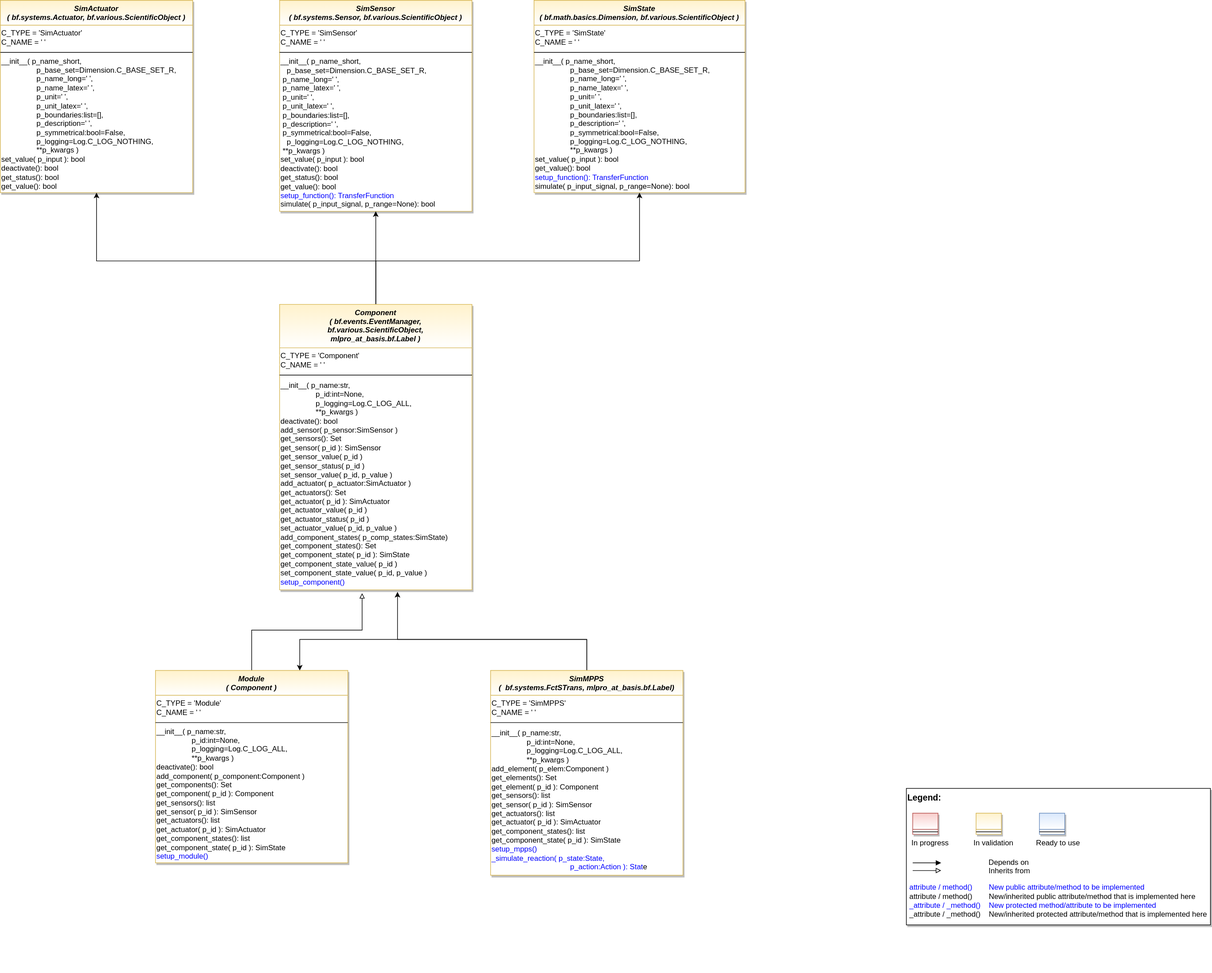
The draw.io diagram doc/class_diagram/mlpro_sim_mpps.svg in fhswf/MLPro-MPPS, before a commit. Source tidied: cells renumbered, new cells last; positions are measured from the earlier drawing's top-left corner, leaving out a move shared by most shapes.
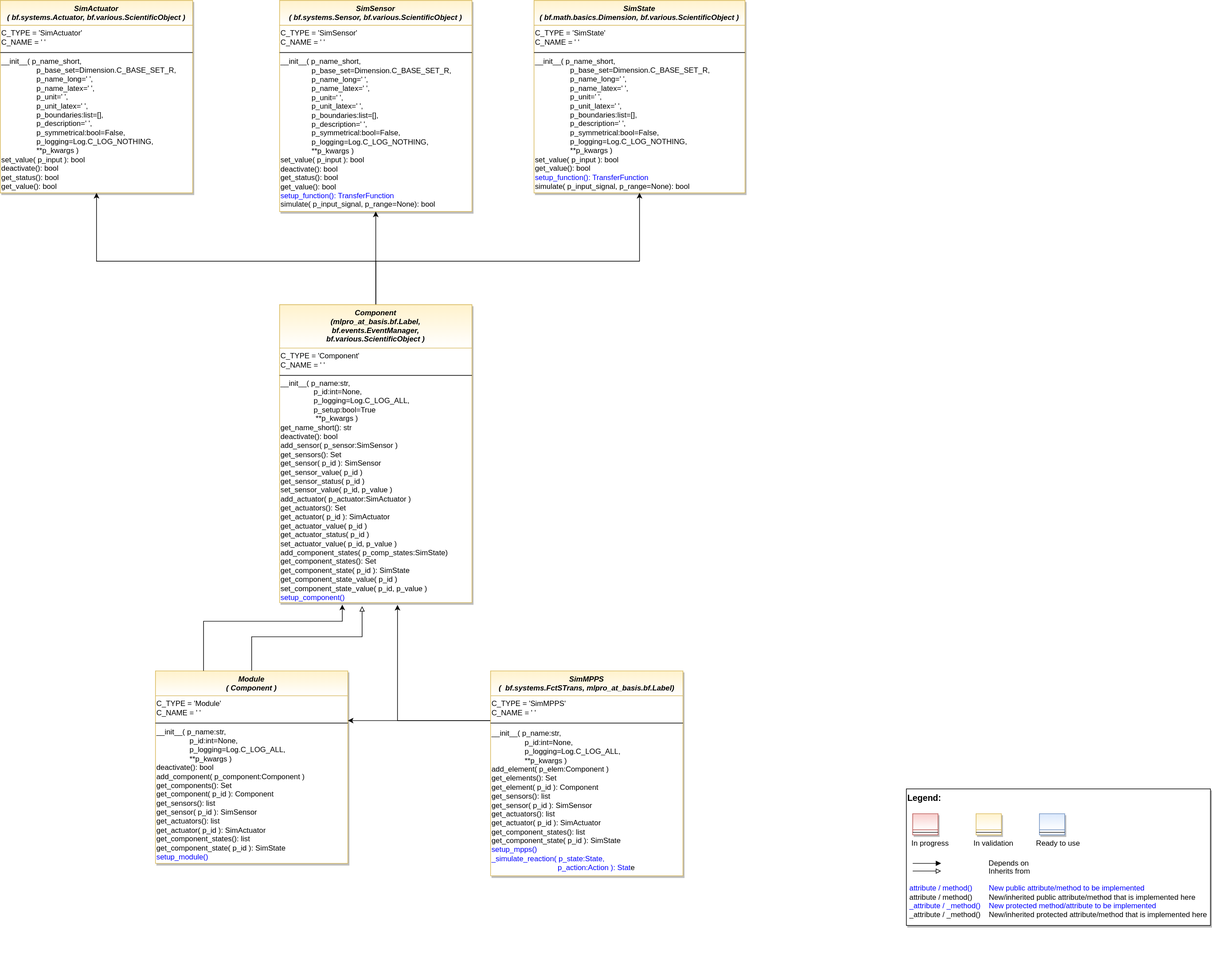
Later version of the same file.

Change to the diagram source:
```diff
@@ -64,7 +64,7 @@
     <mxCell id="18" style="line;html=1;strokeWidth=1;align=left;verticalAlign=middle;spacingTop=-1;spacingLeft=3;spacingRight=3;labelPosition=right;fillColor=#f8cecc;strokeColor=#000000;" parent="16" vertex="1">
       <mxGeometry y="80" width="310" height="8" as="geometry" />
     </mxCell>
-    <mxCell id="19" value="__init__( p_name_short,&lt;br&gt;&amp;nbsp;&lt;span style=&quot;&quot;&gt;&#9;&lt;/span&gt;&lt;span style=&quot;&quot;&gt;&#9;&lt;/span&gt;&amp;nbsp;p_base_set=Dimension.C_BASE_SET_R,&lt;br&gt;&lt;span style=&quot;&quot;&gt;&#9;&lt;/span&gt;&lt;span style=&quot;&quot;&gt;&#9;&lt;/span&gt;&amp;nbsp;p_name_long=' ',&lt;br&gt;&lt;span style=&quot;&quot;&gt;&#9;&lt;/span&gt;&lt;span style=&quot;&quot;&gt;&#9;&lt;/span&gt;&amp;nbsp;p_name_latex=' ',&lt;br&gt;&lt;span style=&quot;&quot;&gt;&#9;&lt;/span&gt;&lt;span style=&quot;&quot;&gt;&#9;&lt;/span&gt;&amp;nbsp;p_unit=' ',&lt;br&gt;&lt;span style=&quot;&quot;&gt;&#9;&lt;/span&gt;&lt;span style=&quot;&quot;&gt;&#9;&lt;/span&gt;&amp;nbsp;p_unit_latex=' ',&lt;br&gt;&lt;span style=&quot;&quot;&gt;&#9;&lt;/span&gt;&lt;span style=&quot;&quot;&gt;&#9;&lt;/span&gt;&amp;nbsp;p_boundaries:list=[],&lt;br&gt;&lt;span style=&quot;&quot;&gt;&#9;&lt;/span&gt;&lt;span style=&quot;&quot;&gt;&#9;&lt;/span&gt;&amp;nbsp;p_description=' ',&lt;br&gt;&lt;span style=&quot;&quot;&gt;&#9;&lt;/span&gt;&lt;span style=&quot;&quot;&gt;&#9;&lt;/span&gt;&amp;nbsp;p_symmetrical:bool=False,&lt;br&gt;&amp;nbsp;&lt;span style=&quot;&quot;&gt;&#9;&lt;/span&gt;&lt;span style=&quot;&quot;&gt;&#9;&lt;/span&gt;&amp;nbsp;p_logging=Log.C_LOG_NOTHING,&lt;br&gt;&lt;span style=&quot;&quot;&gt;&#9;&lt;/span&gt;&lt;span style=&quot;&quot;&gt;&#9;&lt;/span&gt;&amp;nbsp;**p_kwargs )&lt;br&gt;set_value( p_input ): bool&lt;br&gt;deactivate(): bool&lt;br&gt;get_status(): bool&lt;br&gt;get_value(): bool&lt;br&gt;&lt;font color=&quot;#0000ff&quot;&gt;setup_function(): TransferFunction&lt;/font&gt;&lt;br&gt;simulate( p_input_signal, p_range=None): bool" style="text;html=1;strokeColor=none;fillColor=none;align=left;verticalAlign=middle;whiteSpace=wrap;rounded=0;" parent="16" vertex="1">
+    <mxCell id="19" value="__init__( p_name_short,&lt;br&gt;&amp;nbsp;&lt;span style=&quot;&quot;&gt;&#9;&lt;/span&gt;&lt;span style=&quot;&quot;&gt;&#9;&lt;/span&gt;&amp;nbsp;&lt;span style=&quot;&quot;&gt;&#9;&lt;/span&gt;&amp;nbsp; &amp;nbsp; &amp;nbsp; &amp;nbsp; &amp;nbsp; &amp;nbsp;p_base_set=Dimension.C_BASE_SET_R,&lt;br&gt;&amp;nbsp;&amp;nbsp;&amp;nbsp;&amp;nbsp;&amp;nbsp; &amp;nbsp; &amp;nbsp; &amp;nbsp; &amp;nbsp; &amp;nbsp;p_name_long=' ',&lt;br&gt;&amp;nbsp;&amp;nbsp;&amp;nbsp;&amp;nbsp;&amp;nbsp; &amp;nbsp; &amp;nbsp; &amp;nbsp; &amp;nbsp; &amp;nbsp;p_name_latex=' ',&lt;br&gt;&amp;nbsp;&amp;nbsp;&amp;nbsp;&amp;nbsp;&amp;nbsp; &amp;nbsp; &amp;nbsp; &amp;nbsp; &amp;nbsp; &amp;nbsp;p_unit=' ',&lt;br&gt;&amp;nbsp;&amp;nbsp;&amp;nbsp;&amp;nbsp;&amp;nbsp; &amp;nbsp; &amp;nbsp; &amp;nbsp; &amp;nbsp; &amp;nbsp;p_unit_latex=' ',&lt;br&gt;&amp;nbsp;&amp;nbsp;&amp;nbsp;&amp;nbsp;&amp;nbsp; &amp;nbsp; &amp;nbsp; &amp;nbsp; &amp;nbsp; &amp;nbsp;p_boundaries:list=[],&lt;br&gt;&amp;nbsp;&amp;nbsp;&amp;nbsp;&amp;nbsp;&amp;nbsp; &amp;nbsp; &amp;nbsp; &amp;nbsp; &amp;nbsp; &amp;nbsp;p_description=' ',&lt;br&gt;&amp;nbsp;&amp;nbsp;&amp;nbsp;&amp;nbsp;&amp;nbsp; &amp;nbsp; &amp;nbsp; &amp;nbsp; &amp;nbsp; &amp;nbsp;p_symmetrical:bool=False,&lt;br&gt;&amp;nbsp;&amp;nbsp;&amp;nbsp;&amp;nbsp;&amp;nbsp; &amp;nbsp; &amp;nbsp; &amp;nbsp; &amp;nbsp; &amp;nbsp;p_logging=Log.C_LOG_NOTHING,&lt;br&gt;&amp;nbsp;&amp;nbsp;&amp;nbsp;&amp;nbsp;&amp;nbsp; &amp;nbsp; &amp;nbsp; &amp;nbsp; &amp;nbsp; &amp;nbsp;**p_kwargs )&lt;br&gt;set_value( p_input ): bool&lt;br&gt;deactivate(): bool&lt;br&gt;get_status(): bool&lt;br&gt;get_value(): bool&lt;br&gt;&lt;font color=&quot;#0000ff&quot;&gt;setup_function(): TransferFunction&lt;/font&gt;&lt;br&gt;simulate( p_input_signal, p_range=None): bool" style="text;html=1;strokeColor=none;fillColor=none;align=left;verticalAlign=middle;whiteSpace=wrap;rounded=0;" parent="16" vertex="1">
       <mxGeometry y="88" width="310" height="252" as="geometry" />
     </mxCell>
     <mxCell id="20" value="SimState&#10;( bf.math.basics.Dimension, bf.various.ScientificObject )" style="swimlane;fontStyle=3;align=center;verticalAlign=top;horizontal=1;startSize=40;rounded=0;shadow=1;strokeWidth=1;fillColor=#fff2cc;strokeColor=#d6b656;swimlaneFillColor=#ffffff;gradientColor=#FFFFFF;" parent="1" vertex="1">
@@ -98,8 +98,8 @@
         </Array>
       </mxGeometry>
     </mxCell>
-    <mxCell id="27" value="Component&#10;( bf.events.EventManager,&#10;bf.various.ScientificObject,&#10;mlpro_at_basis.bf.Label )" style="swimlane;fontStyle=3;align=center;verticalAlign=top;horizontal=1;startSize=70;rounded=0;shadow=1;strokeWidth=1;fillColor=#fff2cc;strokeColor=#d6b656;swimlaneFillColor=#ffffff;gradientColor=#FFFFFF;" parent="1" vertex="1">
-      <mxGeometry x="450" y="490" width="310" height="460" as="geometry" />
+    <mxCell id="27" value="Component&#10;(mlpro_at_basis.bf.Label,&#10;bf.events.EventManager,&#10;bf.various.ScientificObject )" style="swimlane;fontStyle=3;align=center;verticalAlign=top;horizontal=1;startSize=70;rounded=0;shadow=1;strokeWidth=1;fillColor=#fff2cc;strokeColor=#d6b656;swimlaneFillColor=#ffffff;gradientColor=#FFFFFF;" parent="1" vertex="1">
+      <mxGeometry x="450" y="490" width="310" height="480" as="geometry" />
     </mxCell>
     <mxCell id="28" value="&lt;span style=&quot;&quot;&gt;C_TYPE = 'Component'&lt;br&gt;C_NAME = ' '&lt;br&gt;&lt;/span&gt;" style="text;html=1;strokeColor=none;fillColor=none;align=left;verticalAlign=middle;whiteSpace=wrap;rounded=0;" parent="27" vertex="1">
       <mxGeometry y="70" width="310" height="40" as="geometry" />
@@ -107,8 +107,8 @@
     <mxCell id="29" style="line;html=1;strokeWidth=1;align=left;verticalAlign=middle;spacingTop=-1;spacingLeft=3;spacingRight=3;labelPosition=right;fillColor=#f8cecc;strokeColor=#000000;" parent="27" vertex="1">
       <mxGeometry y="110" width="310" height="8" as="geometry" />
     </mxCell>
-    <mxCell id="30" value="__init__( p_name:str,&lt;br&gt;&lt;span style=&quot;white-space: pre;&quot;&gt;&#9;&lt;/span&gt;&lt;span style=&quot;white-space: pre;&quot;&gt;&#9;&lt;/span&gt;&amp;nbsp;p_id:int=None,&lt;br&gt;&amp;nbsp;&lt;span style=&quot;white-space: pre;&quot;&gt;&#9;&lt;/span&gt;&lt;span style=&quot;white-space: pre;&quot;&gt;&#9;&lt;/span&gt;&amp;nbsp;p_logging=Log.C_LOG_ALL,&lt;br&gt;&lt;span style=&quot;white-space: pre;&quot;&gt;&#9;&lt;/span&gt;&lt;span style=&quot;white-space: pre;&quot;&gt;&#9;&lt;/span&gt;&amp;nbsp;**p_kwargs )&lt;br&gt;deactivate(): bool&lt;br&gt;add_sensor( p_sensor:SimSensor )&lt;br&gt;get_sensors(): Set&lt;br&gt;get_sensor( p_id ): SimSensor&lt;br&gt;get_sensor_value( p_id )&lt;br&gt;get_sensor_status( p_id )&lt;br&gt;set_sensor_value( p_id, p_value )&lt;br&gt;add_actuator( p_actuator:SimActuator )&lt;br&gt;get_actuators(): Set&lt;br&gt;get_actuator( p_id ): SimActuator&lt;br&gt;get_actuator_value( p_id )&lt;br&gt;get_actuator_status( p_id )&lt;br&gt;set_actuator_value( p_id, p_value )&lt;br&gt;add_component_states( p_comp_states:SimState)&lt;br&gt;get_component_states(): Set&lt;br&gt;get_component_state( p_id ): SimState&lt;br&gt;get_component_state_value( p_id )&lt;br&gt;set_component_state_value( p_id, p_value )&lt;br&gt;&lt;font color=&quot;#0000ff&quot;&gt;setup_component()&lt;/font&gt;" style="text;html=1;strokeColor=none;fillColor=none;align=left;verticalAlign=middle;whiteSpace=wrap;rounded=0;" parent="27" vertex="1">
-      <mxGeometry y="118" width="310" height="342" as="geometry" />
+    <mxCell id="30" value="__init__( p_name:str,&lt;br&gt;&lt;span style=&quot;white-space: pre;&quot;&gt;&#9;&lt;/span&gt;&lt;span style=&quot;white-space: pre;&quot;&gt;&#9;&lt;/span&gt;p_id:int=None,&lt;br&gt;&amp;nbsp;&lt;span style=&quot;white-space: pre;&quot;&gt;&#9;&lt;/span&gt;&lt;span style=&quot;white-space: pre;&quot;&gt;&#9;&lt;/span&gt;p_logging=Log.C_LOG_ALL,&lt;br&gt;&lt;span style=&quot;white-space: pre;&quot;&gt;&#9;&lt;/span&gt;&lt;span style=&quot;white-space: pre;&quot;&gt;&#9;&lt;/span&gt;p_setup:bool=True&lt;br&gt;&lt;span style=&quot;white-space: pre;&quot;&gt;&#9;&lt;/span&gt;&lt;span style=&quot;white-space: pre;&quot;&gt;&#9;&lt;/span&gt;&amp;nbsp;**p_kwargs )&lt;br&gt;get_name_short(): str&lt;br&gt;deactivate(): bool&lt;br&gt;add_sensor( p_sensor:SimSensor )&lt;br&gt;get_sensors(): Set&lt;br&gt;get_sensor( p_id ): SimSensor&lt;br&gt;get_sensor_value( p_id )&lt;br&gt;get_sensor_status( p_id )&lt;br&gt;set_sensor_value( p_id, p_value )&lt;br&gt;add_actuator( p_actuator:SimActuator )&lt;br&gt;get_actuators(): Set&lt;br&gt;get_actuator( p_id ): SimActuator&lt;br&gt;get_actuator_value( p_id )&lt;br&gt;get_actuator_status( p_id )&lt;br&gt;set_actuator_value( p_id, p_value )&lt;br&gt;add_component_states( p_comp_states:SimState)&lt;br&gt;get_component_states(): Set&lt;br&gt;get_component_state( p_id ): SimState&lt;br&gt;get_component_state_value( p_id )&lt;br&gt;set_component_state_value( p_id, p_value )&lt;br&gt;&lt;font color=&quot;#0000ff&quot;&gt;setup_component()&lt;/font&gt;" style="text;html=1;strokeColor=none;fillColor=none;align=left;verticalAlign=middle;whiteSpace=wrap;rounded=0;" parent="27" vertex="1">
+      <mxGeometry y="118" width="310" height="362" as="geometry" />
     </mxCell>
     <mxCell id="31" style="edgeStyle=orthogonalEdgeStyle;rounded=0;jettySize=auto;html=1;entryX=0.429;entryY=1.016;entryDx=0;entryDy=0;entryPerimeter=0;fontColor=#0000FF;endArrow=block;endFill=0;" parent="1" edge="1" source="32" target="30">
       <mxGeometry relative="1" as="geometry" />
@@ -122,22 +122,21 @@
     <mxCell id="34" style="line;html=1;strokeWidth=1;align=left;verticalAlign=middle;spacingTop=-1;spacingLeft=3;spacingRight=3;labelPosition=right;fillColor=#f8cecc;strokeColor=#000000;" parent="32" vertex="1">
       <mxGeometry y="80" width="310" height="8" as="geometry" />
     </mxCell>
-    <mxCell id="35" value="__init__( p_name:str,&lt;br&gt;&lt;span style=&quot;white-space: pre;&quot;&gt;&#9;&lt;/span&gt;&lt;span style=&quot;white-space: pre;&quot;&gt;&#9;&lt;/span&gt;&amp;nbsp;p_id:int=None,&lt;br&gt;&amp;nbsp;&lt;span style=&quot;white-space: pre;&quot;&gt;&#9;&lt;/span&gt;&lt;span style=&quot;white-space: pre;&quot;&gt;&#9;&lt;/span&gt;&amp;nbsp;p_logging=Log.C_LOG_ALL,&lt;br&gt;&lt;span style=&quot;white-space: pre;&quot;&gt;&#9;&lt;/span&gt;&lt;span style=&quot;white-space: pre;&quot;&gt;&#9;&lt;/span&gt;&amp;nbsp;**p_kwargs )&lt;br&gt;deactivate(): bool&lt;br&gt;add_component( p_component:Component )&lt;br&gt;get_components(): Set&lt;br&gt;get_component( p_id ): Component&lt;br&gt;get_sensors(): list&lt;br&gt;get_sensor( p_id ): SimSensor&lt;br&gt;get_actuators(): list&lt;br&gt;get_actuator( p_id ): SimActuator&lt;br&gt;get_component_states(): list&lt;br&gt;get_component_state( p_id ): SimState&lt;br&gt;&lt;font color=&quot;#0000ff&quot;&gt;setup_module()&lt;/font&gt;" style="text;html=1;strokeColor=none;fillColor=none;align=left;verticalAlign=middle;whiteSpace=wrap;rounded=0;" parent="32" vertex="1">
+    <mxCell id="35" value="__init__( p_name:str,&lt;br&gt;&lt;span style=&quot;white-space: pre;&quot;&gt;&#9;&lt;/span&gt;&lt;span style=&quot;white-space: pre;&quot;&gt;&#9;&lt;/span&gt;p_id:int=None,&lt;br&gt;&amp;nbsp;&lt;span style=&quot;white-space: pre;&quot;&gt;&#9;&lt;/span&gt;&lt;span style=&quot;white-space: pre;&quot;&gt;&#9;&lt;/span&gt;p_logging=Log.C_LOG_ALL,&lt;br&gt;&lt;span style=&quot;white-space: pre;&quot;&gt;&#9;&lt;/span&gt;&lt;span style=&quot;white-space: pre;&quot;&gt;&#9;&lt;/span&gt;**p_kwargs )&lt;br&gt;deactivate(): bool&lt;br&gt;add_component( p_component:Component )&lt;br&gt;get_components(): Set&lt;br&gt;get_component( p_id ): Component&lt;br&gt;get_sensors(): list&lt;br&gt;get_sensor( p_id ): SimSensor&lt;br&gt;get_actuators(): list&lt;br&gt;get_actuator( p_id ): SimActuator&lt;br&gt;get_component_states(): list&lt;br&gt;get_component_state( p_id ): SimState&lt;br&gt;&lt;font color=&quot;#0000ff&quot;&gt;setup_module()&lt;/font&gt;" style="text;html=1;strokeColor=none;fillColor=none;align=left;verticalAlign=middle;whiteSpace=wrap;rounded=0;" parent="32" vertex="1">
       <mxGeometry y="88" width="310" height="222" as="geometry" />
     </mxCell>
-    <mxCell id="36" style="edgeStyle=orthogonalEdgeStyle;rounded=0;jettySize=auto;html=1;exitX=0.5;exitY=0;exitDx=0;exitDy=0;entryX=0.613;entryY=1.01;entryDx=0;entryDy=0;entryPerimeter=0;fontColor=#0000FF;endArrow=classic;endFill=1;" parent="1" edge="1" source="38" target="30">
+    <mxCell id="36" style="edgeStyle=orthogonalEdgeStyle;rounded=0;jettySize=auto;html=1;exitX=0;exitY=1;exitDx=0;exitDy=0;entryX=0.613;entryY=1.01;entryDx=0;entryDy=0;entryPerimeter=0;fontColor=#0000FF;endArrow=classic;endFill=1;" parent="1" edge="1" source="39" target="30">
       <mxGeometry relative="1" as="geometry">
         <Array as="points">
-          <mxPoint x="945" y="1030" />
-          <mxPoint x="640" y="1030" />
+          <mxPoint x="640" y="1160" />
         </Array>
       </mxGeometry>
     </mxCell>
-    <mxCell id="37" style="edgeStyle=orthogonalEdgeStyle;rounded=0;jettySize=auto;html=1;exitX=0.5;exitY=0;exitDx=0;exitDy=0;entryX=0.75;entryY=0;entryDx=0;entryDy=0;fontColor=#0000FF;endArrow=classic;endFill=1;" parent="1" edge="1" source="38" target="32">
+    <mxCell id="37" style="edgeStyle=orthogonalEdgeStyle;rounded=0;jettySize=auto;html=1;exitX=0;exitY=1;exitDx=0;exitDy=0;entryX=1;entryY=1;entryDx=0;entryDy=0;fontColor=#0000FF;endArrow=classic;endFill=1;" parent="1" edge="1" source="39" target="33">
       <mxGeometry relative="1" as="geometry">
         <Array as="points">
-          <mxPoint x="945" y="1030" />
-          <mxPoint x="483" y="1030" />
+          <mxPoint x="640" y="1160" />
+          <mxPoint x="640" y="1160" />
         </Array>
       </mxGeometry>
     </mxCell>
@@ -150,8 +149,16 @@
     <mxCell id="40" style="line;html=1;strokeWidth=1;align=left;verticalAlign=middle;spacingTop=-1;spacingLeft=3;spacingRight=3;labelPosition=right;fillColor=#f8cecc;strokeColor=#000000;" parent="38" vertex="1">
       <mxGeometry y="80" width="310" height="8" as="geometry" />
     </mxCell>
-    <mxCell id="41" value="__init__( p_name:str,&lt;br&gt;&lt;span style=&quot;&quot;&gt;&#9;&lt;/span&gt;&lt;span style=&quot;&quot;&gt;&#9;&lt;/span&gt;&amp;nbsp;&lt;span style=&quot;white-space: pre;&quot;&gt;&#9;&lt;/span&gt;&lt;span style=&quot;white-space: pre;&quot;&gt;&#9;&lt;/span&gt;&amp;nbsp;p_id:int=None,&lt;br&gt;&amp;nbsp;&lt;span style=&quot;&quot;&gt;&#9;&lt;/span&gt;&lt;span style=&quot;&quot;&gt;&#9;&lt;/span&gt;&amp;nbsp;&lt;span style=&quot;white-space: pre;&quot;&gt;&#9;&lt;/span&gt;&lt;span style=&quot;white-space: pre;&quot;&gt;&#9;&lt;/span&gt;&amp;nbsp;p_logging=Log.C_LOG_ALL,&lt;br&gt;&lt;span style=&quot;&quot;&gt;&#9;&lt;/span&gt;&lt;span style=&quot;&quot;&gt;&#9;&lt;/span&gt;&amp;nbsp;&lt;span style=&quot;white-space: pre;&quot;&gt;&#9;&lt;/span&gt;&lt;span style=&quot;white-space: pre;&quot;&gt;&#9;&lt;/span&gt;&amp;nbsp;**p_kwargs )&lt;br&gt;add_element( p_elem:Component )&lt;br&gt;get_elements(): Set&lt;br&gt;get_element( p_id ): Component&lt;br&gt;get_sensors(): list&lt;br&gt;get_sensor( p_id ): SimSensor&lt;br&gt;get_actuators(): list&lt;br&gt;get_actuator( p_id ): SimActuator&lt;br&gt;get_component_states(): list&lt;br&gt;get_component_state( p_id ): SimState&lt;br&gt;&lt;font color=&quot;#0000ff&quot;&gt;setup_mpps()&lt;br&gt;_simulate_reaction( p_state:State,&lt;br&gt;&lt;span style=&quot;white-space: pre;&quot;&gt;&#9;&lt;/span&gt;&lt;span style=&quot;white-space: pre;&quot;&gt;&#9;&lt;/span&gt;&lt;span style=&quot;white-space: pre;&quot;&gt;&#9;&lt;/span&gt;&lt;span style=&quot;white-space: pre;&quot;&gt;&#9;&lt;/span&gt;&amp;nbsp; &amp;nbsp; &amp;nbsp; p_action:Action ): Stat&lt;/font&gt;e" style="text;html=1;strokeColor=none;fillColor=none;align=left;verticalAlign=middle;whiteSpace=wrap;rounded=0;" parent="38" vertex="1">
+    <mxCell id="41" value="__init__( p_name:str,&lt;br&gt;&lt;span style=&quot;&quot;&gt;&#9;&lt;/span&gt;&lt;span style=&quot;&quot;&gt;&#9;&lt;/span&gt;&amp;nbsp;&lt;span style=&quot;white-space: pre;&quot;&gt;&#9;&lt;span style=&quot;white-space: pre;&quot;&gt;&#9;&lt;/span&gt;&lt;/span&gt;p_id:int=None,&lt;br&gt;&amp;nbsp;&lt;span style=&quot;&quot;&gt;&#9;&lt;/span&gt;&lt;span style=&quot;&quot;&gt;&#9;&lt;/span&gt;&amp;nbsp;&lt;span style=&quot;white-space: pre;&quot;&gt;&#9;&lt;/span&gt;&lt;span style=&quot;white-space: pre;&quot;&gt;&#9;&lt;/span&gt;p_logging=Log.C_LOG_ALL,&lt;br&gt;&lt;span style=&quot;&quot;&gt;&#9;&lt;/span&gt;&lt;span style=&quot;&quot;&gt;&#9;&lt;/span&gt;&amp;nbsp;&lt;span style=&quot;white-space: pre;&quot;&gt;&#9;&lt;/span&gt;&lt;span style=&quot;white-space: pre;&quot;&gt;&#9;&lt;/span&gt;**p_kwargs )&lt;br&gt;add_element( p_elem:Component )&lt;br&gt;get_elements(): Set&lt;br&gt;get_element( p_id ): Component&lt;br&gt;get_sensors(): list&lt;br&gt;get_sensor( p_id ): SimSensor&lt;br&gt;get_actuators(): list&lt;br&gt;get_actuator( p_id ): SimActuator&lt;br&gt;get_component_states(): list&lt;br&gt;get_component_state( p_id ): SimState&lt;br&gt;&lt;font color=&quot;#0000ff&quot;&gt;setup_mpps()&lt;br&gt;_simulate_reaction( p_state:State,&lt;br&gt;&lt;span style=&quot;white-space: pre;&quot;&gt;&#9;&lt;/span&gt;&lt;span style=&quot;white-space: pre;&quot;&gt;&#9;&lt;/span&gt;&lt;span style=&quot;white-space: pre;&quot;&gt;&#9;&lt;/span&gt;&lt;span style=&quot;white-space: pre;&quot;&gt;&#9;&lt;/span&gt;p_action:Action ): Stat&lt;/font&gt;e" style="text;html=1;strokeColor=none;fillColor=none;align=left;verticalAlign=middle;whiteSpace=wrap;rounded=0;" parent="38" vertex="1">
       <mxGeometry y="88" width="310" height="242" as="geometry" />
     </mxCell>
+    <mxCell id="42" style="edgeStyle=orthogonalEdgeStyle;rounded=0;jettySize=auto;html=1;entryX=0.326;entryY=1.009;entryDx=0;entryDy=0;entryPerimeter=0;fontColor=#0000FF;endArrow=classic;endFill=1;exitX=0.25;exitY=0;exitDx=0;exitDy=0;" parent="1" edge="1" source="32" target="30">
+      <mxGeometry relative="1" as="geometry">
+        <Array as="points">
+          <mxPoint x="328" y="1000" />
+          <mxPoint x="551" y="1000" />
+        </Array>
+      </mxGeometry>
+    </mxCell>
   </root>
 </mxGraphModel>
```
